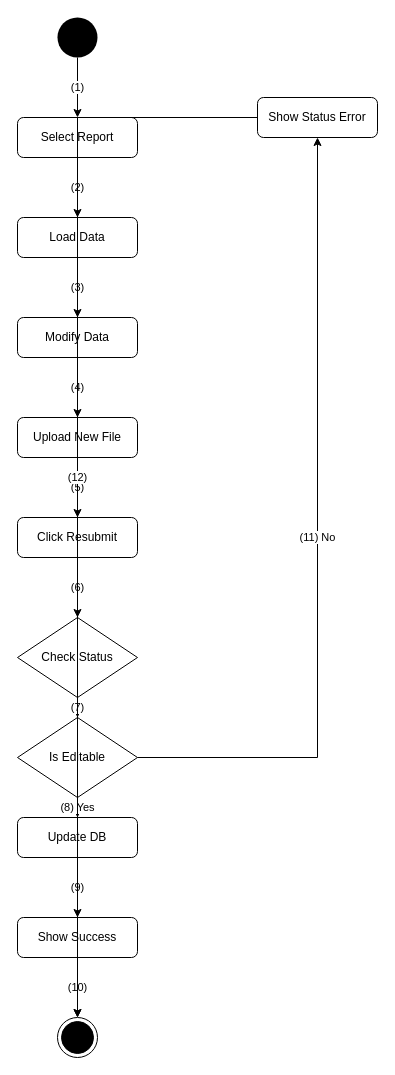
Earlier version of the draw.io diagram activity_flow/uc63_activity_flow.drawio (kingDlight/UEIMS_Project). Source tidied: cells renumbered, new cells numbered last; positions are measured from the earlier drawing's top-left corner, leaving out a move shared by most shapes. Both pictures are drawn from the tidied source at 100%, with x=0, y=0 at pixel (17, 17).
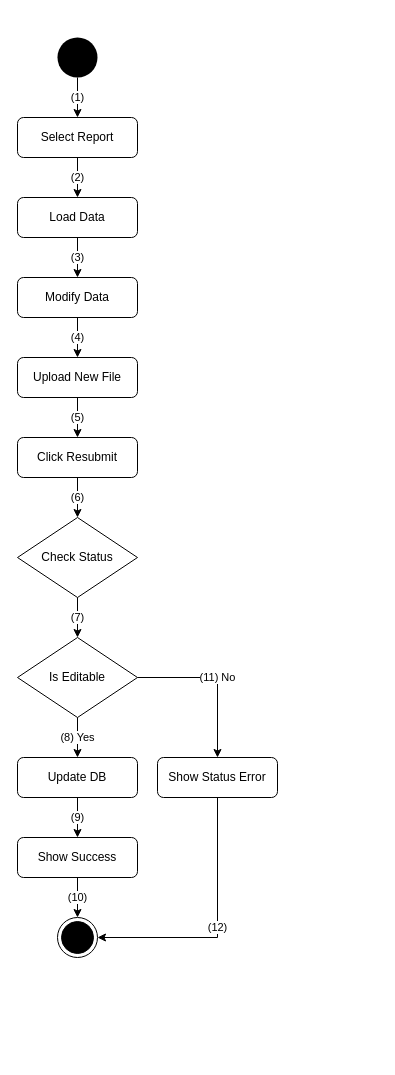
Above is the later version.

Diff of the diagram source:
```diff
@@
     <mxCell id="2" style="ellipse;whiteSpace=wrap;html=1;fillColor=#000000;strokeColor=none;" parent="1" vertex="1">
-      <mxGeometry x="40" width="40" height="40" as="geometry" />
+      <mxGeometry x="40" y="20" width="40" height="40" as="geometry" />
     </mxCell>
@@
     <mxCell id="4" value="Load Data" style="rounded=1;whiteSpace=wrap;html=1;" parent="1" vertex="1">
-      <mxGeometry y="200" width="120" height="40" as="geometry" />
+      <mxGeometry y="180" width="120" height="40" as="geometry" />
     </mxCell>
     <mxCell id="5" value="Modify Data" style="rounded=1;whiteSpace=wrap;html=1;" parent="1" vertex="1">
-      <mxGeometry y="300" width="120" height="40" as="geometry" />
+      <mxGeometry y="260" width="120" height="40" as="geometry" />
     </mxCell>
     <mxCell id="6" value="Upload New File" style="rounded=1;whiteSpace=wrap;html=1;" parent="1" vertex="1">
-      <mxGeometry y="400" width="120" height="40" as="geometry" />
+      <mxGeometry y="340" width="120" height="40" as="geometry" />
     </mxCell>
     <mxCell id="7" value="Click Resubmit" style="rounded=1;whiteSpace=wrap;html=1;" parent="1" vertex="1">
-      <mxGeometry y="500" width="120" height="40" as="geometry" />
+      <mxGeometry y="420" width="120" height="40" as="geometry" />
     </mxCell>
     <mxCell id="8" value="Check Status" style="rhombus;whiteSpace=wrap;html=1;" parent="1" vertex="1">
-      <mxGeometry y="600" width="120" height="80" as="geometry" />
+      <mxGeometry y="500" width="120" height="80" as="geometry" />
     </mxCell>
     <mxCell id="9" value="Is Editable" style="rhombus;whiteSpace=wrap;html=1;" parent="1" vertex="1">
-      <mxGeometry y="700" width="120" height="80" as="geometry" />
+      <mxGeometry y="620" width="120" height="80" as="geometry" />
     </mxCell>
     <mxCell id="10" value="Update DB" style="rounded=1;whiteSpace=wrap;html=1;" parent="1" vertex="1">
-      <mxGeometry y="800" width="120" height="40" as="geometry" />
+      <mxGeometry y="740" width="120" height="40" as="geometry" />
     </mxCell>
     <mxCell id="11" value="Show Success" style="rounded=1;whiteSpace=wrap;html=1;" parent="1" vertex="1">
-      <mxGeometry y="900" width="120" height="40" as="geometry" />
+      <mxGeometry y="820" width="120" height="40" as="geometry" />
     </mxCell>
     <mxCell id="12" style="ellipse;html=1;shape=endState;fillColor=#000000;strokeColor=#000000;" parent="1" vertex="1">
-      <mxGeometry x="40" y="1000" width="40" height="40" as="geometry" />
+      <mxGeometry x="40" y="900" width="40" height="40" as="geometry" />
     </mxCell>
     <mxCell id="13" value="Show Status Error" style="rounded=1;whiteSpace=wrap;html=1;" parent="1" vertex="1">
-      <mxGeometry x="240" y="80" width="120" height="40" as="geometry" />
+      <mxGeometry x="140" y="740" width="120" height="40" as="geometry" />
     </mxCell>
@@
-    <mxCell id="24" value="(11) No" style="edgeStyle=orthogonalEdgeStyle;rounded=0;html=1;exitX=1;exitY=0.5;entryX=0.5;entryY=1;" parent="1" edge="1" source="9" target="13">
+    <mxCell id="24" value="(11) No" style="edgeStyle=orthogonalEdgeStyle;rounded=0;html=1;exitX=1;exitY=0.5;entryX=0.5;entryY=0;entryDx=0;entryDy=0;" parent="1" edge="1" source="9" target="13">
       <mxGeometry relative="1" as="geometry" />
     </mxCell>
-    <mxCell id="25" value="(12)" style="edgeStyle=orthogonalEdgeStyle;rounded=0;html=1;exitX=0;exitY=0.5;entryX=0.5;entryY=0;" parent="1" edge="1" source="13" target="12">
+    <mxCell id="25" value="(12)" style="edgeStyle=orthogonalEdgeStyle;rounded=0;html=1;exitX=0.5;exitY=1;entryX=1;entryY=0.5;entryDx=0;entryDy=0;exitDx=0;exitDy=0;" parent="1" edge="1" source="13" target="12">
       <mxGeometry relative="1" as="geometry" />
     </mxCell>
```
